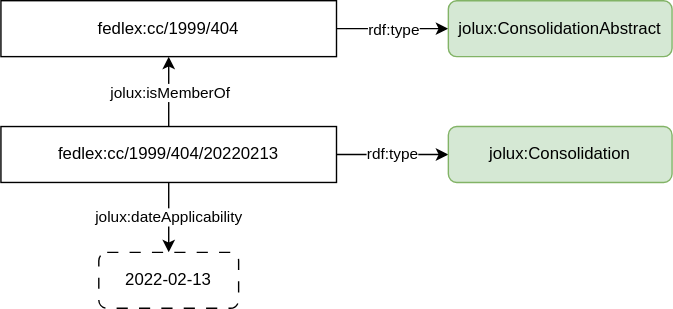
This is content/img/consolidation.svg from bequrios/fedlex, a draw.io export, as it was before one commit. Source tidied: cells renumbered, new cells last; positions are measured from the earlier drawing's top-left corner, leaving out a move shared by most shapes.
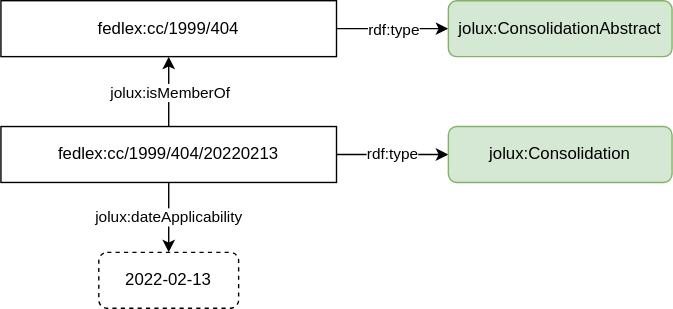
The same diagram one commit later.

Diff of the diagram source:
```diff
@@ -32,7 +32,7 @@
     <mxCell id="11" value="jolux:dateApplicability" style="edgeStyle=orthogonalEdgeStyle;html=1;exitX=0.5;exitY=1;exitDx=0;exitDy=0;entryX=0.5;entryY=0;entryDx=0;entryDy=0;" parent="1" edge="1" source="9" target="12">
       <mxGeometry relative="1" as="geometry" />
     </mxCell>
-    <mxCell id="12" value="&lt;span style=&quot;&quot;&gt;2022-02-13&lt;br&gt; &lt;/span&gt;" style="rounded=1;whiteSpace=wrap;html=1;dashed=1;dashPattern=8 8;" parent="1" vertex="1">
+    <mxCell id="12" value="&lt;span style=&quot;&quot;&gt;2022-02-13&lt;br&gt; &lt;/span&gt;" style="rounded=1;whiteSpace=wrap;html=1;dashed=1;" parent="1" vertex="1">
       <mxGeometry x="70" y="180" width="100" height="40" as="geometry" />
     </mxCell>
   </root>
```
